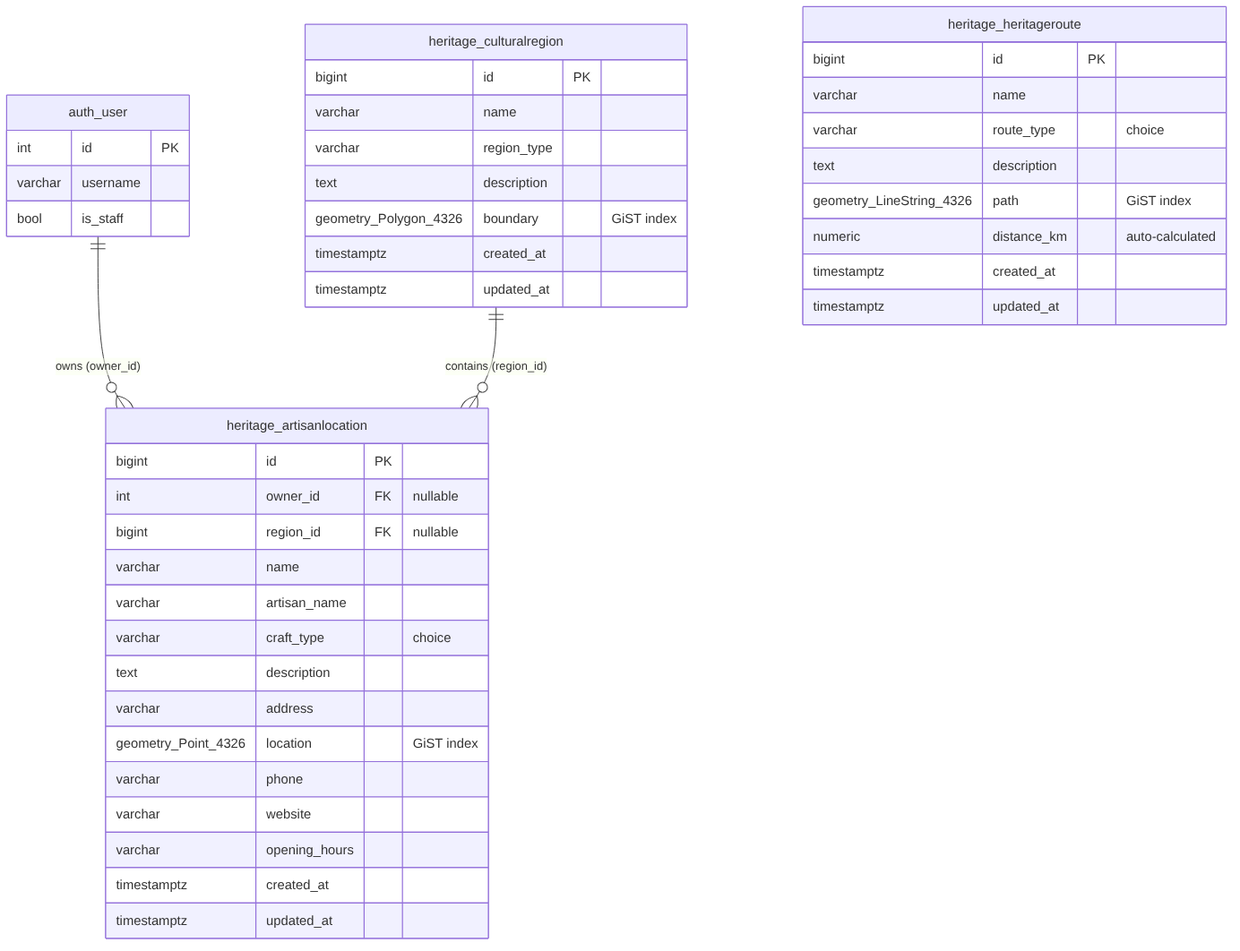
This is heritageconnect/docs/database-schema.png from alexandrabud22/hello-map-dublin, a Mermaid export, as it was before one commit. Its source is kept beside it as heritageconnect/docs/diagrams/database-schema.mmd.
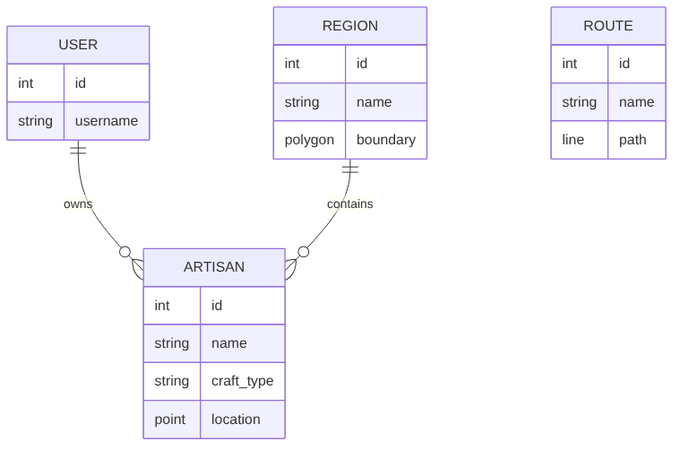
After the commit.

Commit message:
Simpler diagrams

Change to the diagram source:
```diff
@@ -1,44 +1,24 @@
 erDiagram
-    auth_user ||--o{ heritage_artisanlocation : "owns (owner_id)"
-    heritage_culturalregion ||--o{ heritage_artisanlocation : "contains (region_id)"
+    USER ||--o{ ARTISAN : owns
+    REGION ||--o{ ARTISAN : contains
 
-    auth_user {
-        int id PK
-        varchar username
-        bool is_staff
+    USER {
+        int id
+        string username
     }
-    heritage_culturalregion {
-        bigint id PK
-        varchar name
-        varchar region_type
-        text description
-        geometry_Polygon_4326 boundary "GiST index"
-        timestamptz created_at
-        timestamptz updated_at
+    REGION {
+        int id
+        string name
+        polygon boundary
     }
-    heritage_artisanlocation {
-        bigint id PK
-        int owner_id FK "nullable"
-        bigint region_id FK "nullable"
-        varchar name
-        varchar artisan_name
-        varchar craft_type "choice"
-        text description
-        varchar address
-        geometry_Point_4326 location "GiST index"
-        varchar phone
-        varchar website
-        varchar opening_hours
-        timestamptz created_at
-        timestamptz updated_at
+    ARTISAN {
+        int id
+        string name
+        string craft_type
+        point location
     }
-    heritage_heritageroute {
-        bigint id PK
-        varchar name
-        varchar route_type "choice"
-        text description
-        geometry_LineString_4326 path "GiST index"
-        numeric distance_km "auto-calculated"
-        timestamptz created_at
-        timestamptz updated_at
+    ROUTE {
+        int id
+        string name
+        line path
     }
```
